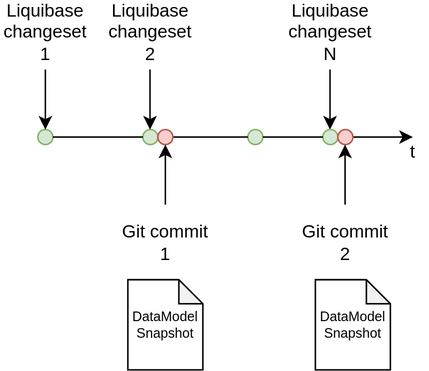
Earlier version of the draw.io export modules/tech/images/lowcode/admin-portal/data-model/tables-management-luqibase-extended-flow.svg (epam/edp-ddm-architecture). Source tidied: cells renumbered, new cells last; positions are measured from the earlier drawing's top-left corner, leaving out a move shared by most shapes.
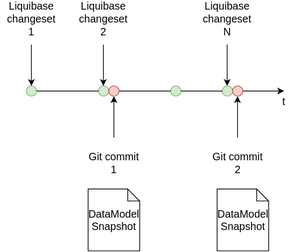
Later version of the same file.

Diff of the diagram source:
```diff
@@ -2,165 +2,168 @@
   <root>
     <mxCell id="0" />
     <mxCell id="1" parent="0" />
+    <mxCell id="47" style="group;fontSize=14;" parent="1" vertex="1">
+      <mxGeometry width="391.9" height="330" as="geometry" />
+    </mxCell>
-    <mxCell id="2" style="endArrow=classic;html=1;rounded=0;startArrow=none;" parent="1" edge="1" source="31">
+    <mxCell id="2" style="endArrow=classic;html=1;rounded=0;startArrow=none;fontSize=14;" parent="47" edge="1" source="31">
       <mxGeometry relative="1" as="geometry">
-        <mxPoint x="275" y="85" as="targetPoint" />
+        <mxPoint x="378.1" y="116.9" as="targetPoint" />
       </mxGeometry>
     </mxCell>
-    <mxCell id="3" style="ellipse;whiteSpace=wrap;html=1;fillColor=#d5e8d4;strokeColor=#82b366;" parent="1" vertex="1">
-      <mxGeometry x="25" y="80" width="10" height="10" as="geometry" />
+    <mxCell id="3" style="ellipse;whiteSpace=wrap;html=1;fillColor=#d5e8d4;strokeColor=#82b366;fontSize=14;" parent="47" vertex="1">
+      <mxGeometry x="34.4" y="110" width="13.8" height="13.8" as="geometry" />
     </mxCell>
-    <mxCell id="4" style="endArrow=none;html=1;rounded=0;" parent="1" edge="1" target="3">
+    <mxCell id="4" style="endArrow=none;html=1;rounded=0;fontSize=14;" parent="47" edge="1" target="3">
       <mxGeometry relative="1" as="geometry">
-        <mxPoint x="25" y="85" as="sourcePoint" />
+        <mxPoint x="34.4" y="116.9" as="sourcePoint" />
       </mxGeometry>
     </mxCell>
-    <mxCell id="5" style="ellipse;whiteSpace=wrap;html=1;fillColor=#d5e8d4;strokeColor=#82b366;" parent="1" vertex="1">
-      <mxGeometry x="95" y="80" width="10" height="10" as="geometry" />
+    <mxCell id="5" style="ellipse;whiteSpace=wrap;html=1;fillColor=#d5e8d4;strokeColor=#82b366;fontSize=14;" parent="47" vertex="1">
+      <mxGeometry x="130.6" y="110" width="13.8" height="13.8" as="geometry" />
     </mxCell>
-    <mxCell id="6" style="endArrow=none;html=1;rounded=0;startArrow=none;" parent="1" edge="1" source="3" target="5">
+    <mxCell id="6" style="endArrow=none;html=1;rounded=0;startArrow=none;fontSize=14;" parent="47" edge="1" source="3" target="5">
       <mxGeometry relative="1" as="geometry" />
     </mxCell>
-    <mxCell id="7" style="ellipse;whiteSpace=wrap;html=1;fillColor=#d5e8d4;strokeColor=#82b366;" parent="1" vertex="1">
-      <mxGeometry x="165" y="80" width="10" height="10" as="geometry" />
+    <mxCell id="7" style="ellipse;whiteSpace=wrap;html=1;fillColor=#d5e8d4;strokeColor=#82b366;fontSize=14;" parent="47" vertex="1">
+      <mxGeometry x="226.9" y="110" width="13.8" height="13.8" as="geometry" />
     </mxCell>
-    <mxCell id="8" style="endArrow=none;html=1;rounded=0;startArrow=none;" parent="1" edge="1" source="27" target="7">
+    <mxCell id="8" style="endArrow=none;html=1;rounded=0;startArrow=none;fontSize=14;" parent="47" edge="1" source="27" target="7">
       <mxGeometry relative="1" as="geometry" />
     </mxCell>
-    <mxCell id="9" style="group;" parent="1" vertex="1">
-      <mxGeometry width="60" height="40" as="geometry" />
+    <mxCell id="9" style="group;fontSize=14;" parent="47" vertex="1">
+      <mxGeometry width="82.5" height="55" as="geometry" />
     </mxCell>
-    <mxCell id="10" style="group;" parent="9" vertex="1">
-      <mxGeometry width="60" height="40" as="geometry" />
+    <mxCell id="10" style="group;fontSize=14;" parent="9" vertex="1">
+      <mxGeometry width="82.5" height="55" as="geometry" />
     </mxCell>
-    <mxCell id="11" style="group;" parent="10" vertex="1">
-      <mxGeometry width="60" height="40" as="geometry" />
+    <mxCell id="11" style="group;fontSize=14;" parent="10" vertex="1">
+      <mxGeometry width="82.5" height="55" as="geometry" />
     </mxCell>
-    <mxCell id="12" value="Liquibase changeset&lt;br&gt;1" style="text;html=1;strokeColor=none;fillColor=none;align=center;verticalAlign=middle;whiteSpace=wrap;rounded=0;" parent="11" vertex="1">
-      <mxGeometry width="60" height="30" as="geometry" />
+    <mxCell id="12" value="Liquibase changeset&lt;br style=&quot;font-size: 14px;&quot;&gt;1" style="text;html=1;strokeColor=none;fillColor=none;align=center;verticalAlign=middle;whiteSpace=wrap;rounded=0;fontSize=14;" parent="11" vertex="1">
+      <mxGeometry width="82.5" height="41.2" as="geometry" />
     </mxCell>
-    <mxCell id="13" style="group;" parent="1" vertex="1">
-      <mxGeometry x="70" width="60" height="40" as="geometry" />
+    <mxCell id="13" style="group;fontSize=14;" parent="47" vertex="1">
+      <mxGeometry x="96.3" width="82.5" height="55" as="geometry" />
     </mxCell>
-    <mxCell id="14" style="group;" parent="13" vertex="1">
-      <mxGeometry width="60" height="40" as="geometry" />
+    <mxCell id="14" style="group;fontSize=14;" parent="13" vertex="1">
+      <mxGeometry width="82.5" height="55" as="geometry" />
     </mxCell>
-    <mxCell id="15" style="group;" parent="14" vertex="1">
-      <mxGeometry width="60" height="40" as="geometry" />
+    <mxCell id="15" style="group;fontSize=14;" parent="14" vertex="1">
+      <mxGeometry width="82.5" height="55" as="geometry" />
     </mxCell>
     <mxCell id="16" style="edgeStyle=orthogonalEdgeStyle;rounded=0;orthogonalLoop=1;jettySize=auto;html=1;entryX=0.5;entryY=0;entryDx=0;entryDy=0;" parent="15" edge="1">
       <mxGeometry relative="1" as="geometry">
-        <mxPoint x="30" y="40" as="sourcePoint" />
+        <mxPoint x="41.3" y="55" as="sourcePoint" />
       </mxGeometry>
     </mxCell>
-    <mxCell id="17" value="Liquibase changeset&lt;br&gt;2" style="text;html=1;strokeColor=none;fillColor=none;align=center;verticalAlign=middle;whiteSpace=wrap;rounded=0;" parent="15" vertex="1">
-      <mxGeometry width="60" height="30" as="geometry" />
+    <mxCell id="17" value="Liquibase changeset&lt;br style=&quot;font-size: 14px;&quot;&gt;2" style="text;html=1;strokeColor=none;fillColor=none;align=center;verticalAlign=middle;whiteSpace=wrap;rounded=0;fontSize=14;" parent="15" vertex="1">
+      <mxGeometry width="82.5" height="41.2" as="geometry" />
     </mxCell>
-    <mxCell id="18" style="group;" parent="1" vertex="1">
-      <mxGeometry x="190" width="60" height="40" as="geometry" />
+    <mxCell id="18" style="group;fontSize=14;" parent="47" vertex="1">
+      <mxGeometry x="261.3" width="82.5" height="55" as="geometry" />
     </mxCell>
-    <mxCell id="19" style="group;" parent="18" vertex="1">
-      <mxGeometry width="60" height="40" as="geometry" />
+    <mxCell id="19" style="group;fontSize=14;" parent="18" vertex="1">
+      <mxGeometry width="82.5" height="55" as="geometry" />
     </mxCell>
-    <mxCell id="20" style="group;" parent="19" vertex="1">
-      <mxGeometry width="60" height="40" as="geometry" />
+    <mxCell id="20" style="group;fontSize=14;" parent="19" vertex="1">
+      <mxGeometry width="82.5" height="55" as="geometry" />
     </mxCell>
     <mxCell id="21" style="edgeStyle=orthogonalEdgeStyle;rounded=0;orthogonalLoop=1;jettySize=auto;html=1;entryX=0.5;entryY=0;entryDx=0;entryDy=0;" parent="20" edge="1">
       <mxGeometry relative="1" as="geometry">
-        <mxPoint x="30" y="40" as="sourcePoint" />
+        <mxPoint x="41.3" y="55" as="sourcePoint" />
       </mxGeometry>
     </mxCell>
-    <mxCell id="22" value="Liquibase changeset&lt;br&gt;N" style="text;html=1;strokeColor=none;fillColor=none;align=center;verticalAlign=middle;whiteSpace=wrap;rounded=0;" parent="20" vertex="1">
-      <mxGeometry width="60" height="30" as="geometry" />
+    <mxCell id="22" value="Liquibase changeset&lt;br style=&quot;font-size: 14px;&quot;&gt;N" style="text;html=1;strokeColor=none;fillColor=none;align=center;verticalAlign=middle;whiteSpace=wrap;rounded=0;fontSize=14;" parent="20" vertex="1">
+      <mxGeometry width="82.5" height="41.2" as="geometry" />
     </mxCell>
-    <mxCell id="23" value="t" style="text;html=1;strokeColor=none;fillColor=none;align=center;verticalAlign=middle;whiteSpace=wrap;rounded=0;" parent="1" vertex="1">
-      <mxGeometry x="265" y="90" width="20" height="10" as="geometry" />
+    <mxCell id="23" value="t" style="text;html=1;strokeColor=none;fillColor=none;align=center;verticalAlign=middle;whiteSpace=wrap;rounded=0;fontSize=14;" parent="47" vertex="1">
+      <mxGeometry x="364.4" y="123.8" width="27.5" height="13.8" as="geometry" />
     </mxCell>
-    <mxCell id="24" style="endArrow=classic;html=1;rounded=0;entryX=0.5;entryY=0;entryDx=0;entryDy=0;" parent="1" edge="1" target="3">
+    <mxCell id="24" style="endArrow=classic;html=1;rounded=0;entryX=0.5;entryY=0;entryDx=0;entryDy=0;fontSize=14;" parent="47" edge="1" target="3">
       <mxGeometry relative="1" as="geometry">
-        <mxPoint x="30" y="40" as="sourcePoint" />
+        <mxPoint x="41.3" y="55" as="sourcePoint" />
       </mxGeometry>
     </mxCell>
-    <mxCell id="25" style="endArrow=classic;html=1;rounded=0;entryX=0.5;entryY=0;entryDx=0;entryDy=0;" parent="1" edge="1">
+    <mxCell id="25" style="endArrow=classic;html=1;rounded=0;entryX=0.5;entryY=0;entryDx=0;entryDy=0;fontSize=14;" parent="47" edge="1">
       <mxGeometry relative="1" as="geometry">
-        <mxPoint x="99.8" y="40" as="sourcePoint" />
-        <mxPoint x="99.8" y="80" as="targetPoint" />
+        <mxPoint x="137.2" y="55" as="sourcePoint" />
+        <mxPoint x="137.2" y="110" as="targetPoint" />
       </mxGeometry>
     </mxCell>
-    <mxCell id="26" style="endArrow=classic;html=1;rounded=0;entryX=0.5;entryY=0;entryDx=0;entryDy=0;" parent="1" edge="1">
+    <mxCell id="26" style="endArrow=classic;html=1;rounded=0;entryX=0.5;entryY=0;entryDx=0;entryDy=0;fontSize=14;" parent="47" edge="1">
       <mxGeometry relative="1" as="geometry">
-        <mxPoint x="219.8" y="40" as="sourcePoint" />
-        <mxPoint x="219.8" y="80" as="targetPoint" />
+        <mxPoint x="302.2" y="55" as="sourcePoint" />
+        <mxPoint x="302.2" y="110" as="targetPoint" />
       </mxGeometry>
     </mxCell>
-    <mxCell id="27" style="ellipse;whiteSpace=wrap;html=1;fillColor=#f8cecc;strokeColor=#b85450;" parent="1" vertex="1">
-      <mxGeometry x="105" y="80" width="10" height="10" as="geometry" />
+    <mxCell id="27" style="ellipse;whiteSpace=wrap;html=1;fillColor=#f8cecc;strokeColor=#b85450;fontSize=14;" parent="47" vertex="1">
+      <mxGeometry x="144.4" y="110" width="13.8" height="13.8" as="geometry" />
     </mxCell>
-    <mxCell id="28" style="endArrow=none;html=1;rounded=0;startArrow=none;" parent="1" edge="1" source="5" target="27">
+    <mxCell id="28" style="endArrow=none;html=1;rounded=0;startArrow=none;fontSize=14;" parent="47" edge="1" source="5" target="27">
       <mxGeometry relative="1" as="geometry" />
     </mxCell>
-    <mxCell id="29" style="ellipse;whiteSpace=wrap;html=1;fillColor=#d5e8d4;strokeColor=#82b366;" parent="1" vertex="1">
-      <mxGeometry x="215" y="80" width="10" height="10" as="geometry" />
+    <mxCell id="29" style="ellipse;whiteSpace=wrap;html=1;fillColor=#d5e8d4;strokeColor=#82b366;fontSize=14;" parent="47" vertex="1">
+      <mxGeometry x="295.6" y="110" width="13.8" height="13.8" as="geometry" />
     </mxCell>
-    <mxCell id="30" style="endArrow=none;html=1;rounded=0;startArrow=none;" parent="1" edge="1" source="7" target="29">
+    <mxCell id="30" style="endArrow=none;html=1;rounded=0;startArrow=none;fontSize=14;" parent="47" edge="1" source="7" target="29">
       <mxGeometry relative="1" as="geometry" />
     </mxCell>
-    <mxCell id="31" style="ellipse;whiteSpace=wrap;html=1;fillColor=#f8cecc;strokeColor=#b85450;" parent="1" vertex="1">
-      <mxGeometry x="225" y="80" width="10" height="10" as="geometry" />
+    <mxCell id="31" style="ellipse;whiteSpace=wrap;html=1;fillColor=#f8cecc;strokeColor=#b85450;fontSize=14;" parent="47" vertex="1">
+      <mxGeometry x="309.4" y="110" width="13.8" height="13.8" as="geometry" />
     </mxCell>
-    <mxCell id="32" style="endArrow=none;html=1;rounded=0;startArrow=none;" parent="1" edge="1" source="29" target="31">
+    <mxCell id="32" style="endArrow=none;html=1;rounded=0;startArrow=none;fontSize=14;" parent="47" edge="1" source="29" target="31">
       <mxGeometry relative="1" as="geometry" />
     </mxCell>
-    <mxCell id="33" style="endArrow=classic;html=1;rounded=0;entryX=0.5;entryY=1;entryDx=0;entryDy=0;" parent="1" edge="1" target="27">
+    <mxCell id="33" style="endArrow=classic;html=1;rounded=0;entryX=0.5;entryY=1;entryDx=0;entryDy=0;fontSize=14;" parent="47" edge="1" target="27">
       <mxGeometry relative="1" as="geometry">
-        <mxPoint x="110" y="130" as="sourcePoint" />
+        <mxPoint x="151.3" y="178.8" as="sourcePoint" />
       </mxGeometry>
     </mxCell>
-    <mxCell id="34" style="group;" parent="1" vertex="1">
-      <mxGeometry x="80" y="140" width="60" height="40" as="geometry" />
+    <mxCell id="34" style="group;fontSize=14;" parent="47" vertex="1">
+      <mxGeometry x="110" y="192.5" width="82.5" height="55" as="geometry" />
     </mxCell>
-    <mxCell id="35" style="group;" parent="34" vertex="1">
-      <mxGeometry width="60" height="40" as="geometry" />
+    <mxCell id="35" style="group;fontSize=14;" parent="34" vertex="1">
+      <mxGeometry width="82.5" height="55" as="geometry" />
     </mxCell>
-    <mxCell id="36" style="group;" parent="35" vertex="1">
-      <mxGeometry width="60" height="40" as="geometry" />
+    <mxCell id="36" style="group;fontSize=14;" parent="35" vertex="1">
+      <mxGeometry width="82.5" height="55" as="geometry" />
     </mxCell>
     <mxCell id="37" style="edgeStyle=orthogonalEdgeStyle;rounded=0;orthogonalLoop=1;jettySize=auto;html=1;entryX=0.5;entryY=0;entryDx=0;entryDy=0;" parent="36" edge="1">
       <mxGeometry relative="1" as="geometry">
-        <mxPoint x="30" y="40" as="sourcePoint" />
+        <mxPoint x="41.3" y="55" as="sourcePoint" />
       </mxGeometry>
     </mxCell>
-    <mxCell id="38" value="Git commit&lt;br&gt;1" style="text;html=1;strokeColor=none;fillColor=none;align=center;verticalAlign=middle;whiteSpace=wrap;rounded=0;" parent="36" vertex="1">
-      <mxGeometry width="60" height="30" as="geometry" />
+    <mxCell id="38" value="Git commit&lt;br style=&quot;font-size: 14px;&quot;&gt;1" style="text;html=1;strokeColor=none;fillColor=none;align=center;verticalAlign=middle;whiteSpace=wrap;rounded=0;fontSize=14;" parent="36" vertex="1">
+      <mxGeometry width="82.5" height="41.2" as="geometry" />
     </mxCell>
-    <mxCell id="39" style="group;" parent="1" vertex="1">
-      <mxGeometry x="200" y="140" width="60" height="40" as="geometry" />
+    <mxCell id="39" style="group;fontSize=14;" parent="47" vertex="1">
+      <mxGeometry x="275" y="192.5" width="82.5" height="55" as="geometry" />
     </mxCell>
-    <mxCell id="40" style="group;" parent="39" vertex="1">
-      <mxGeometry width="60" height="40" as="geometry" />
+    <mxCell id="40" style="group;fontSize=14;" parent="39" vertex="1">
+      <mxGeometry width="82.5" height="55" as="geometry" />
     </mxCell>
-    <mxCell id="41" style="group;" parent="40" vertex="1">
-      <mxGeometry width="60" height="40" as="geometry" />
+    <mxCell id="41" style="group;fontSize=14;" parent="40" vertex="1">
+      <mxGeometry width="82.5" height="55" as="geometry" />
     </mxCell>
     <mxCell id="42" style="edgeStyle=orthogonalEdgeStyle;rounded=0;orthogonalLoop=1;jettySize=auto;html=1;entryX=0.5;entryY=0;entryDx=0;entryDy=0;" parent="41" edge="1">
       <mxGeometry relative="1" as="geometry">
-        <mxPoint x="30" y="40" as="sourcePoint" />
+        <mxPoint x="41.3" y="55" as="sourcePoint" />
       </mxGeometry>
     </mxCell>
-    <mxCell id="43" value="Git commit&lt;br&gt;2" style="text;html=1;strokeColor=none;fillColor=none;align=center;verticalAlign=middle;whiteSpace=wrap;rounded=0;" parent="41" vertex="1">
-      <mxGeometry width="60" height="30" as="geometry" />
+    <mxCell id="43" value="Git commit&lt;br style=&quot;font-size: 14px;&quot;&gt;2" style="text;html=1;strokeColor=none;fillColor=none;align=center;verticalAlign=middle;whiteSpace=wrap;rounded=0;fontSize=14;" parent="41" vertex="1">
+      <mxGeometry width="82.5" height="41.2" as="geometry" />
     </mxCell>
-    <mxCell id="44" style="endArrow=classic;html=1;rounded=0;entryX=0.5;entryY=1;entryDx=0;entryDy=0;" parent="1" edge="1">
+    <mxCell id="44" style="endArrow=classic;html=1;rounded=0;entryX=0.5;entryY=1;entryDx=0;entryDy=0;fontSize=14;" parent="47" edge="1">
       <mxGeometry relative="1" as="geometry">
-        <mxPoint x="229.8" y="130" as="sourcePoint" />
-        <mxPoint x="229.8" y="90" as="targetPoint" />
+        <mxPoint x="316" y="178.8" as="sourcePoint" />
+        <mxPoint x="316" y="123.8" as="targetPoint" />
       </mxGeometry>
     </mxCell>
-    <mxCell id="45" value="DataModel&lt;br style=&quot;font-size: 9px;&quot;&gt;Snapshot" style="shape=note;whiteSpace=wrap;html=1;backgroundOutline=1;darkOpacity=0.05;fontSize=9;size=16;" parent="1" vertex="1">
-      <mxGeometry x="85" y="180" width="50" height="60" as="geometry" />
+    <mxCell id="45" value="DataModel&lt;br style=&quot;font-size: 14px;&quot;&gt;Snapshot" style="shape=note;whiteSpace=wrap;html=1;backgroundOutline=1;darkOpacity=0.05;fontSize=14;size=16;" parent="47" vertex="1">
+      <mxGeometry x="116.9" y="247.5" width="68.8" height="82.5" as="geometry" />
     </mxCell>
-    <mxCell id="46" value="DataModel&lt;br style=&quot;font-size: 9px;&quot;&gt;Snapshot" style="shape=note;whiteSpace=wrap;html=1;backgroundOutline=1;darkOpacity=0.05;fontSize=9;size=16;" parent="1" vertex="1">
-      <mxGeometry x="210" y="180" width="50" height="60" as="geometry" />
+    <mxCell id="46" value="DataModel&lt;br style=&quot;font-size: 14px;&quot;&gt;Snapshot" style="shape=note;whiteSpace=wrap;html=1;backgroundOutline=1;darkOpacity=0.05;fontSize=14;size=16;" parent="47" vertex="1">
+      <mxGeometry x="288.8" y="247.5" width="68.8" height="82.5" as="geometry" />
     </mxCell>
   </root>
 </mxGraphModel>
```
